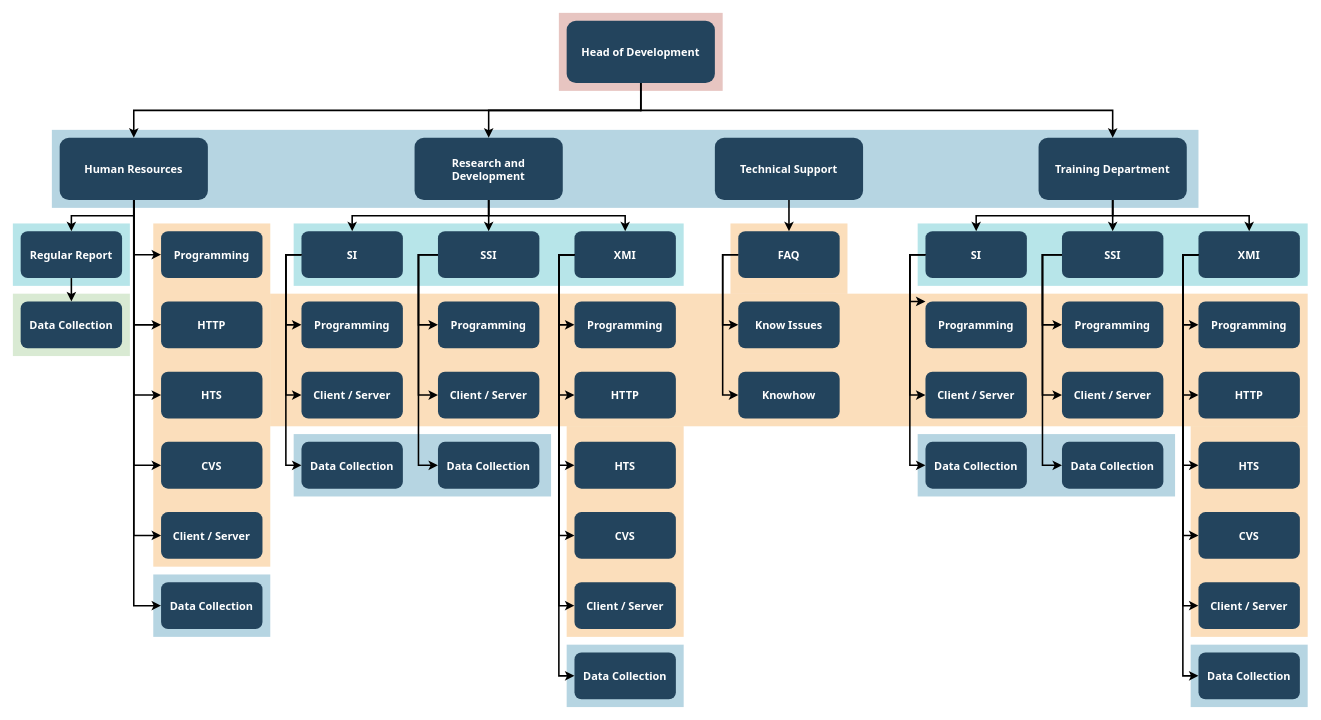
Above: ネットワーク構成図/GL-MT3000 ディレクトリマップ.drawio in virtualitypage/draw.io (draw.io), before the change. Source tidied: cells renumbered, new cells numbered last; positions are measured from the earlier drawing's top-left corner, leaving out a move shared by most shapes. Both pictures are drawn from the tidied source at 78%, with x=0, y=0 at pixel (12, 12).
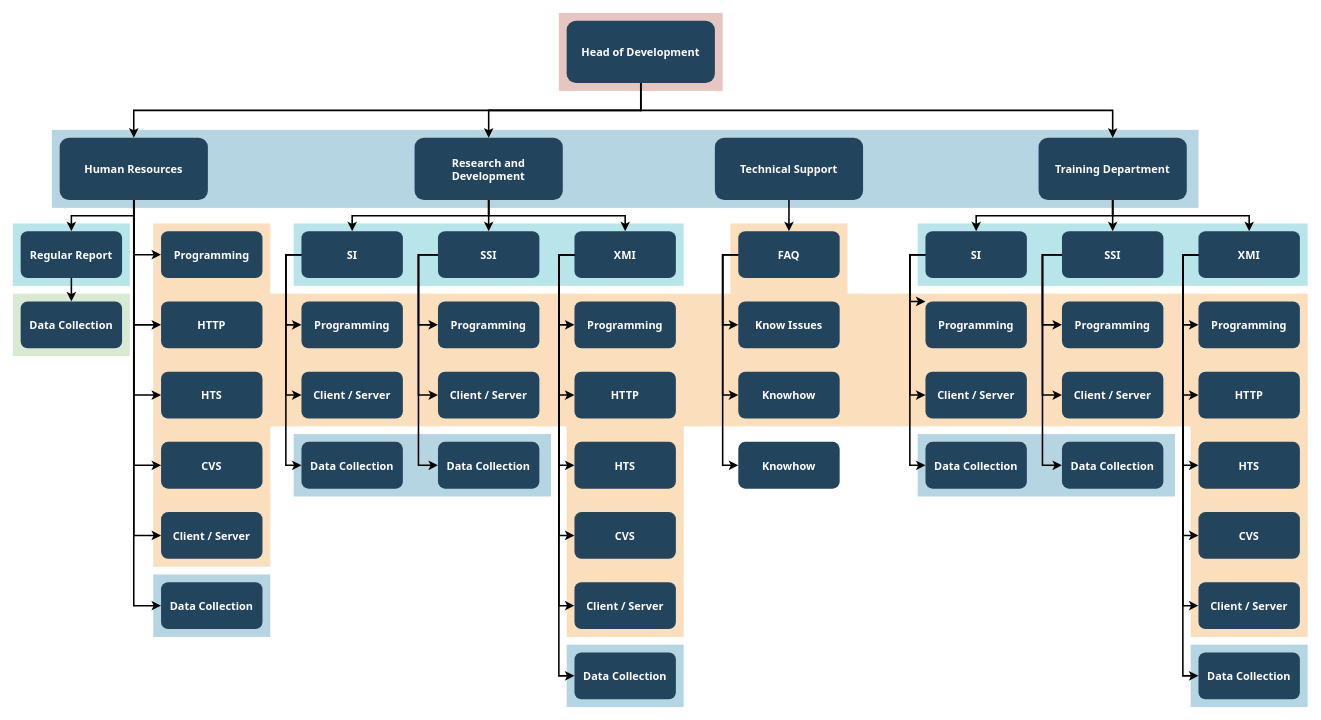
The same diagram, later.

Commit message (it also covers changes not shown here):
GL-MT3000 ディレクトリマップ.drawio を更新

The change refers to these unchanged cells:
```xml
<mxCell id="47" value="FAQ" style="rounded=1;fillColor=#23445D;gradientColor=none;strokeColor=none;fontColor=#FFFFFF;fontStyle=1;fontFamily=Tahoma;fontSize=14;" parent="1" vertex="1">
  <mxGeometry x="930" y="280" width="130" height="60" as="geometry" />
</mxCell>
```

Change to the diagram source:
```diff
@@
+    <mxCell id="108" value="Knowhow" style="rounded=1;fillColor=#23445D;gradientColor=none;strokeColor=none;fontColor=#FFFFFF;fontStyle=1;fontFamily=Tahoma;fontSize=14;" parent="1" vertex="1">
+      <mxGeometry x="930" y="550" width="130" height="60" as="geometry" />
+    </mxCell>
+    <mxCell id="109" style="edgeStyle=elbowEdgeStyle;elbow=horizontal;strokeWidth=2;rounded=0;entryX=0;entryY=0.5;entryDx=0;entryDy=0;exitX=0;exitY=0.5;exitDx=0;exitDy=0;" parent="1" edge="1" source="47" target="108">
+      <mxGeometry x="-23" y="135.5" as="geometry">
+        <Array as="points">
+          <mxPoint x="910" y="450" />
+        </Array>
+      </mxGeometry>
+    </mxCell>
```
